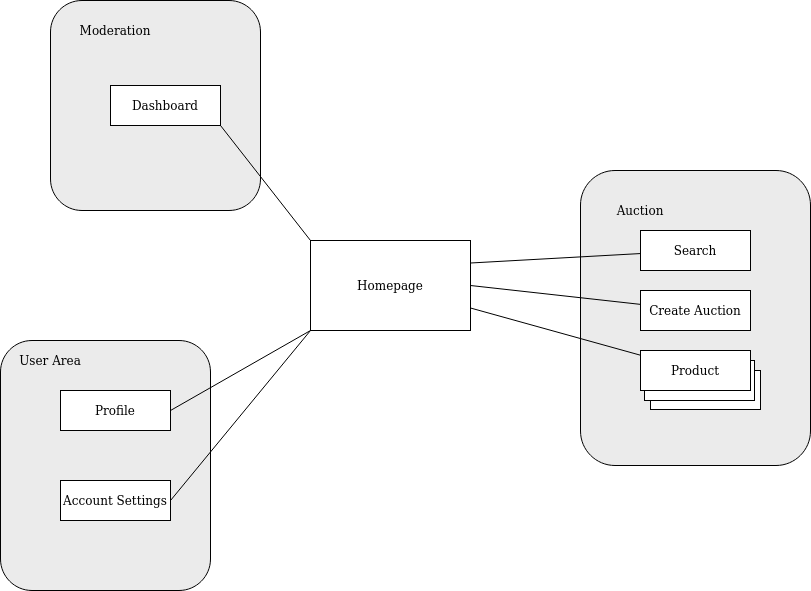
The draw.io diagram docs/sitemap.png in pdsam/Bazooki, before a commit. Source tidied: cells renumbered, new cells last; positions are measured from the earlier drawing's top-left corner, leaving out a move shared by most shapes.
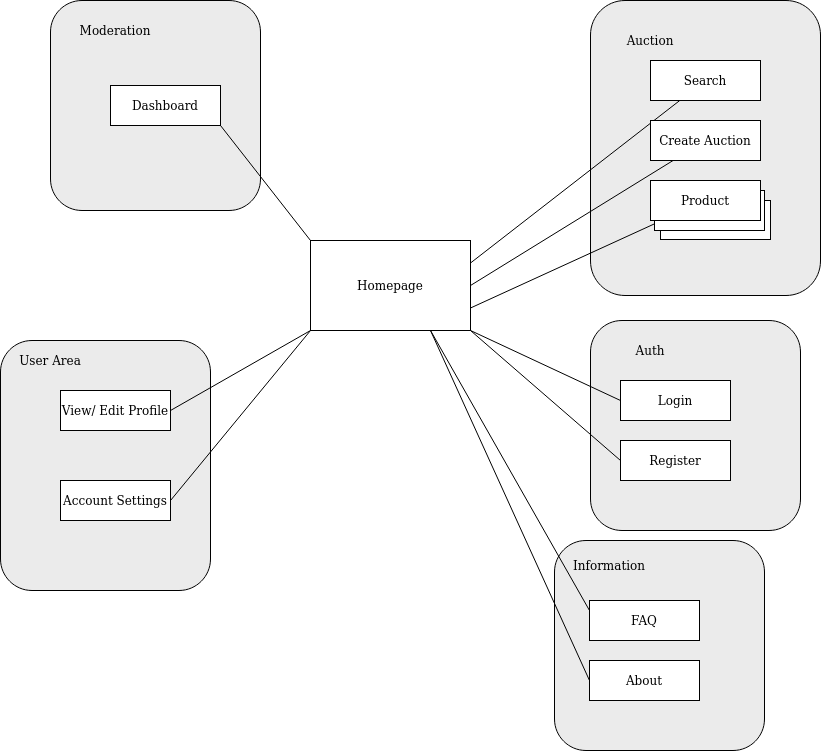
Above is the later version.

Change to the diagram source:
```diff
@@ -3,7 +3,7 @@
     <mxCell id="0" />
     <mxCell id="1" parent="0" />
     <mxCell id="2" style="rounded=1;whiteSpace=wrap;html=1;fillColor=#EBEBEB;" parent="1" vertex="1">
-      <mxGeometry x="580" y="170" width="230" height="295" as="geometry" />
+      <mxGeometry x="590" width="230" height="295" as="geometry" />
     </mxCell>
     <mxCell id="3" style="rounded=1;whiteSpace=wrap;html=1;fillColor=#EBEBEB;" parent="1" vertex="1">
       <mxGeometry y="340" width="210" height="250" as="geometry" />
@@ -30,7 +30,7 @@
       <mxGeometry x="310" y="240" width="160" height="90" as="geometry" />
     </mxCell>
     <mxCell id="11" value="Auction" style="text;html=1;strokeColor=none;fillColor=none;align=center;verticalAlign=middle;whiteSpace=wrap;rounded=0;" parent="1" vertex="1">
-      <mxGeometry x="620" y="200" width="40" height="20" as="geometry" />
+      <mxGeometry x="630" y="30" width="40" height="20" as="geometry" />
     </mxCell>
     <mxCell id="12" value="Moderation" style="text;html=1;strokeColor=none;fillColor=none;align=center;verticalAlign=middle;whiteSpace=wrap;rounded=0;" parent="1" vertex="1">
       <mxGeometry x="95" y="20" width="40" height="20" as="geometry" />
@@ -41,7 +41,7 @@
     <mxCell id="14" value="User Area" style="text;html=1;strokeColor=none;fillColor=none;align=center;verticalAlign=middle;whiteSpace=wrap;rounded=0;" parent="1" vertex="1">
       <mxGeometry x="5" y="350" width="90" height="20" as="geometry" />
     </mxCell>
-    <mxCell id="15" value="Profile" style="rounded=0;whiteSpace=wrap;html=1;" parent="1" vertex="1">
+    <mxCell id="15" value="View/ Edit Profile" style="rounded=0;whiteSpace=wrap;html=1;" parent="1" vertex="1">
       <mxGeometry x="60" y="390" width="110" height="40" as="geometry" />
     </mxCell>
     <mxCell id="16" style="edgeStyle=orthogonalEdgeStyle;rounded=0;orthogonalLoop=1;jettySize=auto;html=1;exitX=0.5;exitY=1;exitDx=0;exitDy=0;" parent="1" edge="1" source="14" target="14">
@@ -51,25 +51,63 @@
       <mxGeometry x="60" y="480" width="110" height="40" as="geometry" />
     </mxCell>
     <mxCell id="18" value="Search" style="rounded=0;whiteSpace=wrap;html=1;" parent="1" vertex="1">
-      <mxGeometry x="640" y="230" width="110" height="40" as="geometry" />
+      <mxGeometry x="650" y="60" width="110" height="40" as="geometry" />
     </mxCell>
     <mxCell id="19" style="rounded=0;whiteSpace=wrap;html=1;" parent="1" vertex="1">
-      <mxGeometry x="650" y="370" width="110" height="39" as="geometry" />
+      <mxGeometry x="660" y="200" width="110" height="39" as="geometry" />
     </mxCell>
     <mxCell id="20" style="rounded=0;whiteSpace=wrap;html=1;" parent="1" vertex="1">
-      <mxGeometry x="644" y="360" width="110" height="40" as="geometry" />
+      <mxGeometry x="654" y="190" width="110" height="40" as="geometry" />
     </mxCell>
     <mxCell id="21" value="Product" style="rounded=0;whiteSpace=wrap;html=1;" parent="1" vertex="1">
-      <mxGeometry x="640" y="350" width="110" height="40" as="geometry" />
+      <mxGeometry x="650" y="180" width="110" height="40" as="geometry" />
     </mxCell>
     <mxCell id="22" style="edgeStyle=none;rounded=0;jettySize=auto;html=1;entryX=1;entryY=0.5;entryDx=0;entryDy=0;endArrow=none;endFill=0;" parent="1" edge="1" source="23" target="10">
       <mxGeometry relative="1" as="geometry" />
     </mxCell>
     <mxCell id="23" value="Create Auction" style="rounded=0;whiteSpace=wrap;html=1;" parent="1" vertex="1">
-      <mxGeometry x="640" y="290" width="110" height="40" as="geometry" />
+      <mxGeometry x="650" y="120" width="110" height="40" as="geometry" />
     </mxCell>
     <mxCell id="24" style="edgeStyle=none;rounded=0;orthogonalLoop=1;jettySize=auto;html=1;exitX=0;exitY=0.5;exitDx=0;exitDy=0;endArrow=none;endFill=0;" parent="1" edge="1" source="4" target="4">
       <mxGeometry relative="1" as="geometry" />
     </mxCell>
+    <mxCell id="25" style="rounded=1;whiteSpace=wrap;html=1;fillColor=#EBEBEB;" parent="1" vertex="1">
+      <mxGeometry x="590" y="320" width="210" height="210" as="geometry" />
+    </mxCell>
+    <mxCell id="26" value="Auth" style="text;html=1;strokeColor=none;fillColor=none;align=center;verticalAlign=middle;whiteSpace=wrap;rounded=0;" parent="1" vertex="1">
+      <mxGeometry x="630" y="340" width="40" height="20" as="geometry" />
+    </mxCell>
+    <mxCell id="27" style="edgeStyle=none;rounded=0;jettySize=auto;html=1;exitX=0;exitY=0.5;exitDx=0;exitDy=0;entryX=1;entryY=1;entryDx=0;entryDy=0;endArrow=none;endFill=0;" parent="1" edge="1" source="28" target="10">
+      <mxGeometry relative="1" as="geometry" />
+    </mxCell>
+    <mxCell id="28" value="Login" style="rounded=0;whiteSpace=wrap;html=1;" parent="1" vertex="1">
+      <mxGeometry x="620" y="380" width="110" height="40" as="geometry" />
+    </mxCell>
+    <mxCell id="29" style="edgeStyle=none;rounded=0;jettySize=auto;html=1;exitX=0;exitY=0.5;exitDx=0;exitDy=0;endArrow=none;endFill=0;" parent="1" edge="1" source="30">
+      <mxGeometry relative="1" as="geometry">
+        <mxPoint x="470" y="330" as="targetPoint" />
+      </mxGeometry>
+    </mxCell>
+    <mxCell id="30" value="Register" style="rounded=0;whiteSpace=wrap;html=1;" parent="1" vertex="1">
+      <mxGeometry x="620" y="440" width="110" height="40" as="geometry" />
+    </mxCell>
+    <mxCell id="31" style="rounded=1;whiteSpace=wrap;html=1;fillColor=#EBEBEB;" parent="1" vertex="1">
+      <mxGeometry x="554" y="540" width="210" height="210" as="geometry" />
+    </mxCell>
+    <mxCell id="32" value="Information" style="text;html=1;strokeColor=none;fillColor=none;align=center;verticalAlign=middle;whiteSpace=wrap;rounded=0;" parent="1" vertex="1">
+      <mxGeometry x="589" y="555" width="40" height="20" as="geometry" />
+    </mxCell>
+    <mxCell id="33" style="edgeStyle=none;rounded=0;jettySize=auto;html=1;exitX=0;exitY=0.25;exitDx=0;exitDy=0;entryX=0.75;entryY=1;entryDx=0;entryDy=0;endArrow=none;endFill=0;" parent="1" edge="1" source="34" target="10">
+      <mxGeometry relative="1" as="geometry" />
+    </mxCell>
+    <mxCell id="34" value="FAQ" style="rounded=0;whiteSpace=wrap;html=1;" parent="1" vertex="1">
+      <mxGeometry x="589" y="600" width="110" height="40" as="geometry" />
+    </mxCell>
+    <mxCell id="35" style="edgeStyle=none;rounded=0;jettySize=auto;html=1;exitX=0;exitY=0.5;exitDx=0;exitDy=0;entryX=0.75;entryY=1;entryDx=0;entryDy=0;endArrow=none;endFill=0;" parent="1" edge="1" source="36" target="10">
+      <mxGeometry relative="1" as="geometry" />
+    </mxCell>
+    <mxCell id="36" value="About" style="rounded=0;whiteSpace=wrap;html=1;" parent="1" vertex="1">
+      <mxGeometry x="589" y="660" width="110" height="40" as="geometry" />
+    </mxCell>
   </root>
 </mxGraphModel>
```
